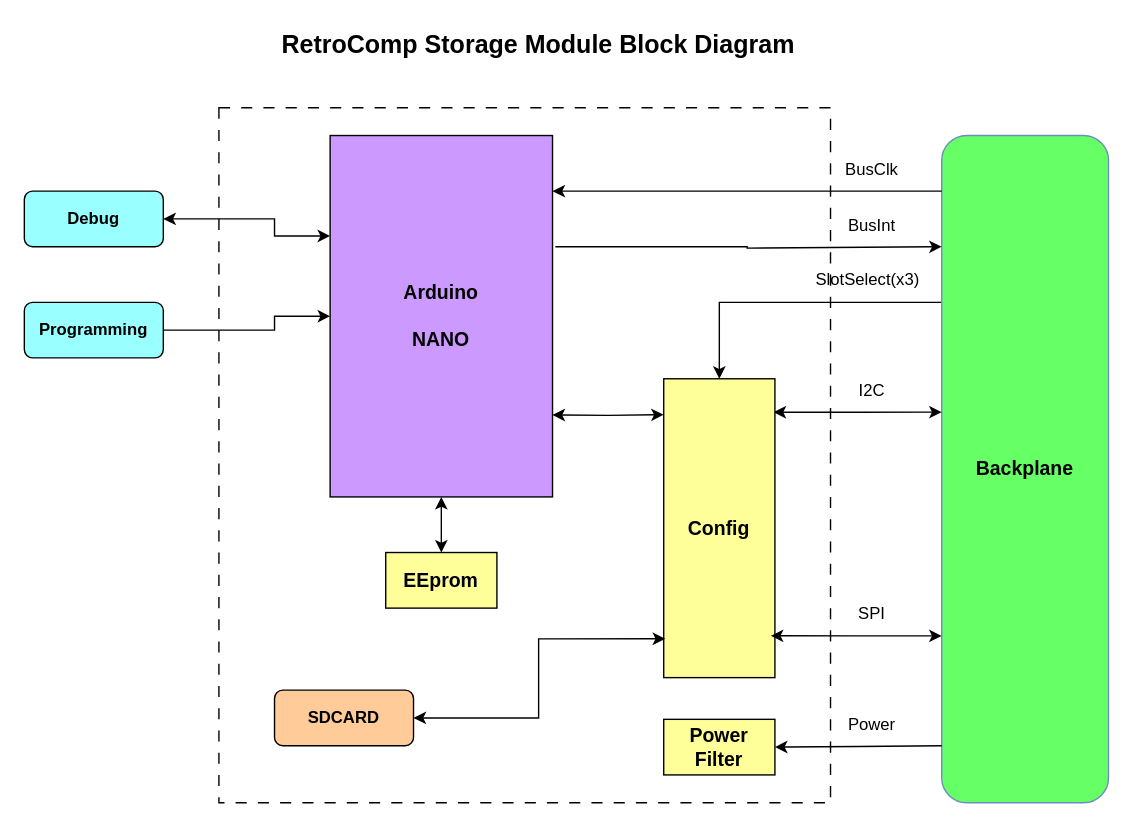
Above: docs/RetroComp-Storage-Block-Diagram.drawio in dervish77/RetroComp (draw.io), before the change. Source tidied: cells renumbered, new cells numbered last; positions are measured from the earlier drawing's top-left corner, leaving out a move shared by most shapes. Both pictures are drawn from the tidied source at 139%, with x=0, y=0 at pixel (24, 24).
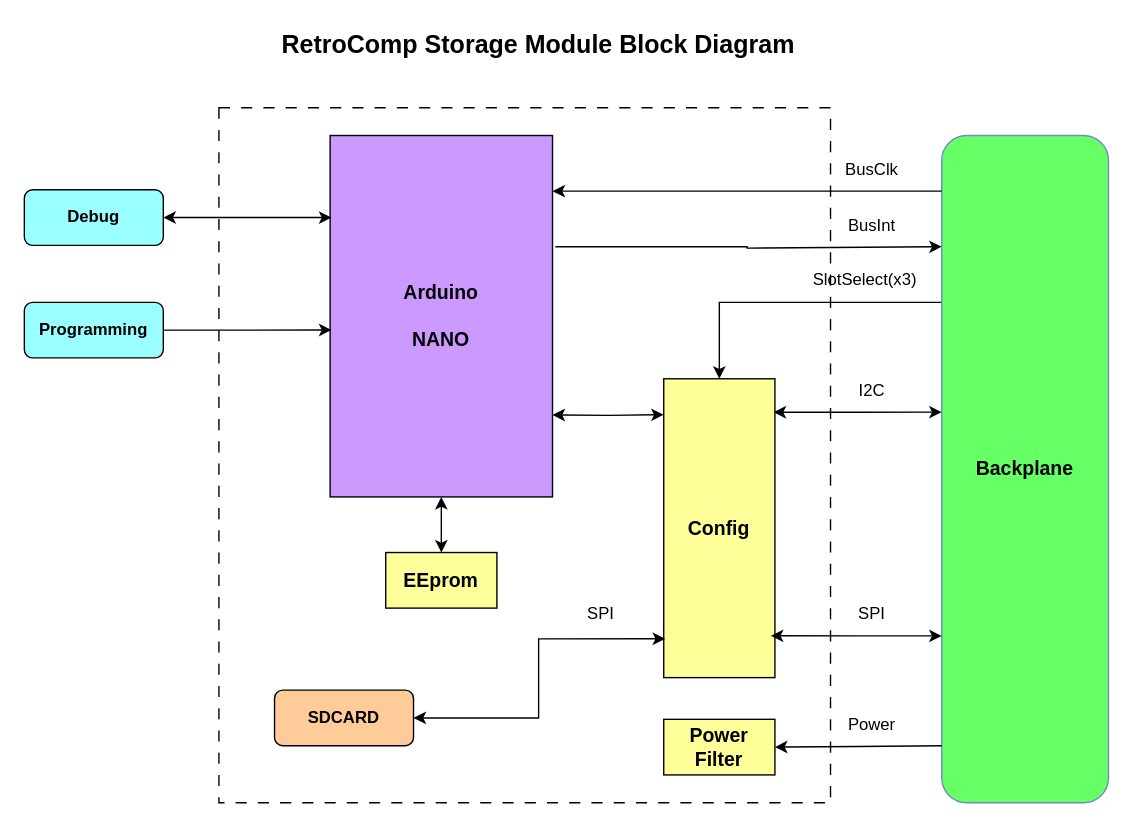
Above is the later version.

Commit message (it also covers changes not shown here):
cleanup on storage diagram

Unchanged cells that the change refers to:
```xml
<mxCell id="7" value="&lt;span style=&quot;font-size: 14px;&quot;&gt;&lt;b&gt;Arduino&lt;/b&gt;&lt;/span&gt;&lt;div&gt;&lt;span style=&quot;font-size: 14px;&quot;&gt;&lt;b&gt;&lt;br&gt;&lt;/b&gt;&lt;/span&gt;&lt;/div&gt;&lt;div&gt;&lt;span style=&quot;font-size: 14px;&quot;&gt;&lt;b&gt;NANO&lt;/b&gt;&lt;/span&gt;&lt;/div&gt;" style="rounded=0;whiteSpace=wrap;html=1;fillColor=#CC99FF;" parent="1" vertex="1">
  <mxGeometry x="220" y="80" width="160" height="260" as="geometry" />
</mxCell>
<mxCell id="19" value="&lt;b&gt;Programming&lt;/b&gt;" style="rounded=1;whiteSpace=wrap;html=1;fillColor=#99FFFF;" parent="1" vertex="1">
  <mxGeometry y="200" width="100" height="40" as="geometry" />
</mxCell>
```

The edit, as a diff of the source:
```diff
@@
     <mxCell id="5" value="&lt;b&gt;Debug&lt;/b&gt;" style="rounded=1;whiteSpace=wrap;html=1;fillColor=#99FFFF;" parent="1" vertex="1">
-      <mxGeometry y="120" width="100" height="40" as="geometry" />
+      <mxGeometry y="119" width="100" height="40" as="geometry" />
     </mxCell>
@@
     <mxCell id="13" value="SlotSelect(x3)" style="text;html=1;align=center;verticalAlign=middle;whiteSpace=wrap;rounded=0;" parent="1" vertex="1">
-      <mxGeometry x="577" y="169" width="60" height="30" as="geometry" />
+      <mxGeometry x="575" y="169" width="60" height="30" as="geometry" />
     </mxCell>
@@
-    <mxCell id="18" style="edgeStyle=orthogonalEdgeStyle;rounded=0;jettySize=auto;html=1;exitX=1;exitY=0.5;exitDx=0;exitDy=0;entryX=0;entryY=0.5;entryDx=0;entryDy=0;" parent="1" edge="1" source="19" target="7">
-      <mxGeometry relative="1" as="geometry">
-        <Array as="points">
-          <mxPoint x="180" y="220" />
-        </Array>
-      </mxGeometry>
-    </mxCell>
@@
-    <mxCell id="24" style="edgeStyle=orthogonalEdgeStyle;rounded=0;jettySize=auto;html=1;exitX=1;exitY=0.5;exitDx=0;exitDy=0;entryX=0;entryY=0.278;entryDx=0;entryDy=0;entryPerimeter=0;startArrow=classic;startFill=1;" parent="1" edge="1" source="5" target="7">
-      <mxGeometry relative="1" as="geometry">
-        <Array as="points">
-          <mxPoint x="180" y="140" />
-        </Array>
-      </mxGeometry>
-    </mxCell>
@@
+    <mxCell id="24" style="edgeStyle=orthogonalEdgeStyle;rounded=0;jettySize=auto;html=1;exitX=1;exitY=0.5;exitDx=0;exitDy=0;entryX=0.006;entryY=0.227;entryDx=0;entryDy=0;entryPerimeter=0;startArrow=classic;startFill=1;" parent="1" edge="1" source="5" target="7">
+      <mxGeometry relative="1" as="geometry" />
+    </mxCell>
+    <mxCell id="18" style="edgeStyle=orthogonalEdgeStyle;rounded=0;jettySize=auto;html=1;exitX=1;exitY=0.5;exitDx=0;exitDy=0;entryX=0.006;entryY=0.538;entryDx=0;entryDy=0;entryPerimeter=0;" parent="1" edge="1" source="19" target="7">
+      <mxGeometry relative="1" as="geometry" />
+    </mxCell>
+    <mxCell id="29" value="SPI" style="text;html=1;align=center;verticalAlign=middle;whiteSpace=wrap;rounded=0;" parent="1" vertex="1">
+      <mxGeometry x="385" y="409" width="60" height="30" as="geometry" />
+    </mxCell>
```
